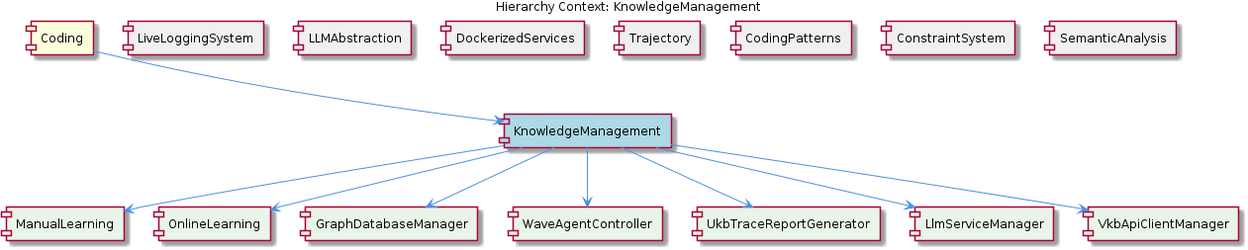
fwornle/coding keeps this PlantUML diagram as .data/knowledge-graph/insights/images/knowledge-management-relationship.png. Above is the earlier version. Its source is kept beside it as .data/knowledge-graph/insights/puml/knowledge-management-relationship.puml.
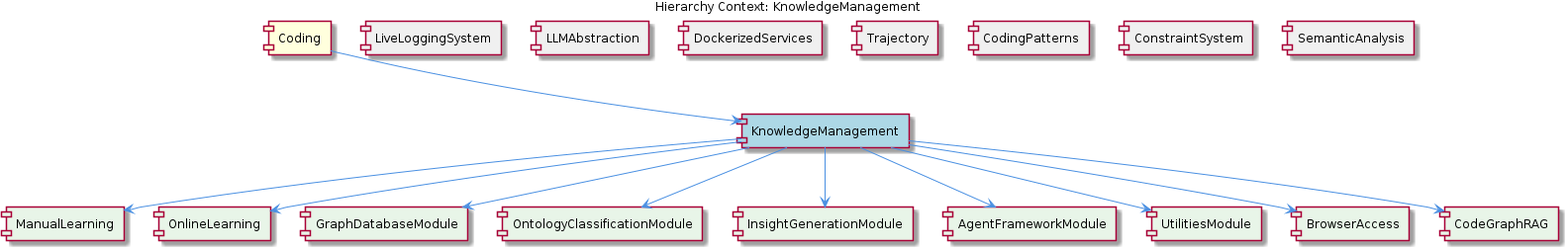
After the commit.

Diff of the diagram source:
```diff
@@ -14,11 +14,13 @@
 [SemanticAnalysis] as semantic_analysis #F0F0F0
 [ManualLearning] as manual_learning #E8F5E8
 [OnlineLearning] as online_learning #E8F5E8
-[GraphDatabaseManager] as graph_database_manager #E8F5E8
-[WaveAgentController] as wave_agent_controller #E8F5E8
-[UkbTraceReportGenerator] as ukb_trace_report_generator #E8F5E8
-[LlmServiceManager] as llm_service_manager #E8F5E8
-[VkbApiClientManager] as vkb_api_client_manager #E8F5E8
+[GraphDatabaseModule] as graph_database_module #E8F5E8
+[OntologyClassificationModule] as ontology_classification_module #E8F5E8
+[InsightGenerationModule] as insight_generation_module #E8F5E8
+[AgentFrameworkModule] as agent_framework_module #E8F5E8
+[UtilitiesModule] as utilities_module #E8F5E8
+[BrowserAccess] as browser_access #E8F5E8
+[CodeGraphRAG] as code_graph_rag #E8F5E8
 
 coding --> knowledge_management
 live_logging_system -[hidden]- knowledge_management
@@ -30,10 +32,12 @@
 semantic_analysis -[hidden]- knowledge_management
 knowledge_management --> manual_learning
 knowledge_management --> online_learning
-knowledge_management --> graph_database_manager
-knowledge_management --> wave_agent_controller
-knowledge_management --> ukb_trace_report_generator
-knowledge_management --> llm_service_manager
-knowledge_management --> vkb_api_client_manager
+knowledge_management --> graph_database_module
+knowledge_management --> ontology_classification_module
+knowledge_management --> insight_generation_module
+knowledge_management --> agent_framework_module
+knowledge_management --> utilities_module
+knowledge_management --> browser_access
+knowledge_management --> code_graph_rag
 
 @enduml
```
